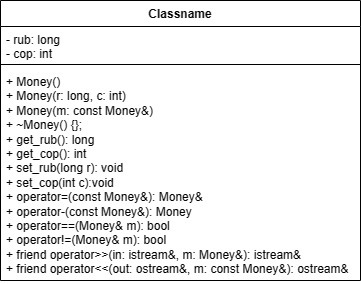
Before: 2_semestr/LABS_Class/3_LAB/3_LAB.png, a diagram exported from draw.io (blzz4c/PNRPU-2022-IVT22-1b). Source tidied: cells renumbered, new cells last; positions are measured from the earlier drawing's top-left corner, leaving out a move shared by most shapes.
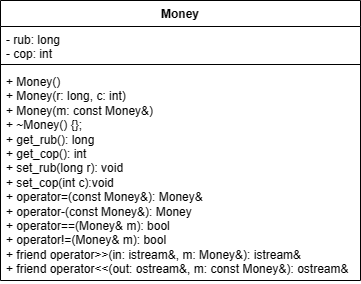
Above is the later version.

What changed in the source:
```diff
@@ -2,7 +2,7 @@
   <root>
     <mxCell id="0" />
     <mxCell id="1" parent="0" />
-    <mxCell id="2" value="Classname" style="swimlane;fontStyle=1;align=center;verticalAlign=top;horizontal=1;startSize=26;whiteSpace=wrap;html=1;" parent="1" vertex="1">
+    <mxCell id="2" value="Money" style="swimlane;fontStyle=1;align=center;verticalAlign=top;horizontal=1;startSize=26;whiteSpace=wrap;html=1;" parent="1" vertex="1">
       <mxGeometry width="360" height="280" as="geometry" />
     </mxCell>
     <mxCell id="3" value="- rub: long&lt;br&gt;- cop: int" style="text;strokeColor=none;fillColor=none;align=left;verticalAlign=top;spacingLeft=4;spacingRight=4;overflow=hidden;whiteSpace=wrap;html=1;" parent="2" vertex="1">
```
